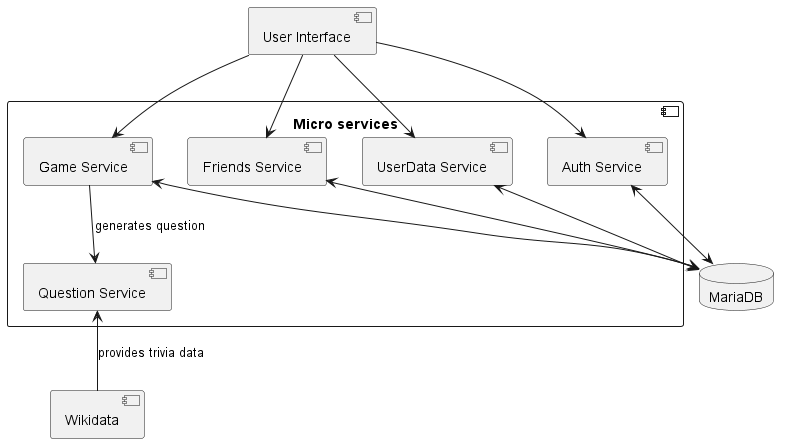
Above: images/BlackBox Level 3.png in Arquisoft/wiq_es1c (PlantUML), before the change.
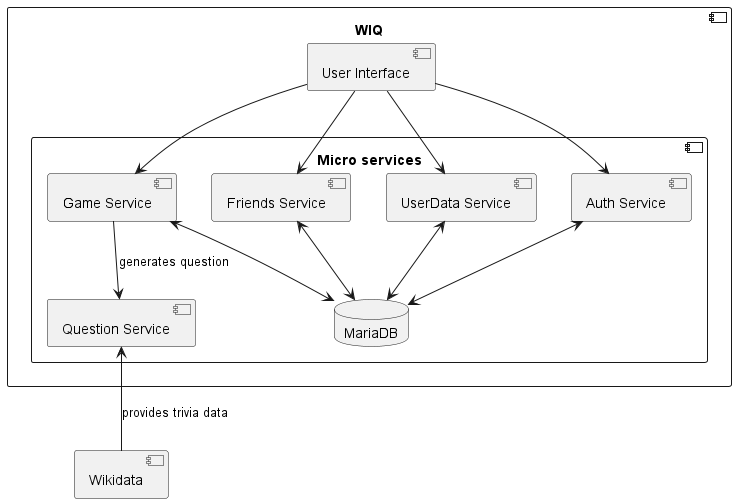
The same diagram one commit later.

Change to the diagram source:
```diff
@@ -1,26 +1,33 @@
 @startuml
-Component ms as "Micro services" {
-    Component auth as "Auth Service"
-    Component questions as "Question Service"
-    Component game as "Game Service"
-    Component friends as "Friends Service"
-    Component history as "UserData Service"
+Component WIQ as "WIQ" {
+
+    Component ms as "Micro services" {
+        Component auth as "Auth Service"
+        Component questions as "Question Service"
+        Component game as "Game Service"
+        Component friends as "Friends Service"
+        Component history as "UserData Service"
+        Database d as "MariaDB"
+    }
+
+    Component ui as "User Interface"
+
+
+    ui -down-> auth
+    ui -down-> game
+    ui -down-> history
+    ui -down-> friends
+
+
+
+    auth <-down-> d
+    game <-down-> d
+    friends <-down-> d
+    history <-down-> d
 }
 
-Component ui as "User Interface"
-Database d as "MariaDB"
 Component w as "Wikidata"
-
-ui -down-> auth
-ui -down-> game
-ui -down-> history
-ui -down-> friends
 
 game -down-> questions: generates question
 questions <-down- w: provides trivia data
-
-auth <-down-> d
-game <-down-> d
-friends <-down-> d
-history <-down-> d
 @enduml
```
